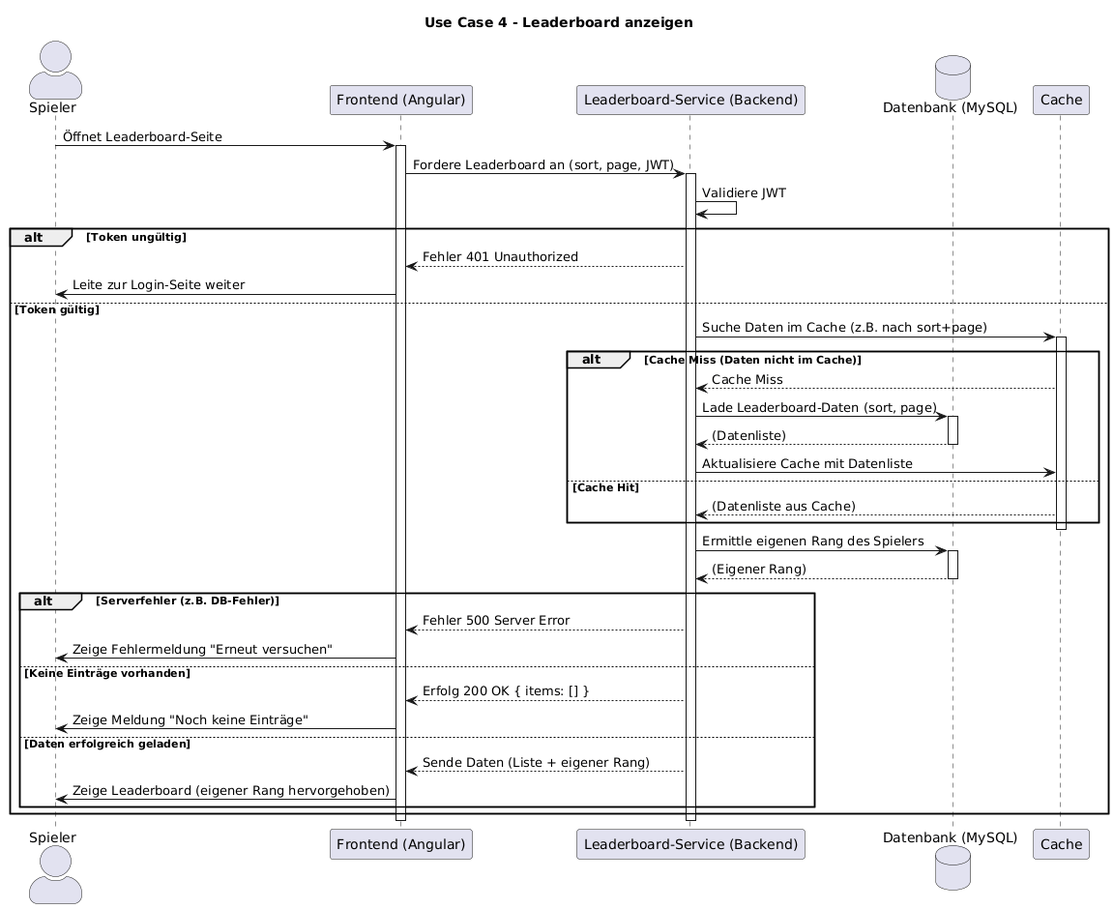
JustinKaram14/BetCeption keeps this PlantUML diagram as docs/assets/Sequenzdiagramme/Sequenzdiagramm Leaderboard.png. Above is the earlier version. Its diagram source:
```plantuml
@startuml
title Use Case 4 - Leaderboard anzeigen

skinparam sequenceActorStyle awesome

actor "Spieler" as user
participant "Frontend (Angular)" as frontend
participant "Leaderboard-Service (Backend)" as backend
database "Datenbank (MySQL)" as db
participant "Cache" as cache

user -> frontend: Öffnet Leaderboard-Seite
activate frontend

frontend -> backend: Fordere Leaderboard an (sort, page, JWT)
activate backend

backend -> backend: Validiere JWT

alt Token ungültig
backend --> frontend: Fehler 401 Unauthorized
frontend -> user: Leite zur Login-Seite weiter
else Token gültig
backend -> cache: Suche Daten im Cache (z.B. nach sort+page)
activate cache

alt Cache Miss (Daten nicht im Cache)
    cache --> backend: Cache Miss

    backend -> db: Lade Leaderboard-Daten (sort, page)
    activate db
    db --> backend: (Datenliste)
    deactivate db

    backend -> cache: Aktualisiere Cache mit Datenliste

else Cache Hit
    cache --> backend: (Datenliste aus Cache)
end
deactivate cache

backend -> db: Ermittle eigenen Rang des Spielers
activate db
db --> backend: (Eigener Rang)
deactivate db

alt Serverfehler (z.B. DB-Fehler)
    backend --> frontend: Fehler 500 Server Error
    frontend -> user: Zeige Fehlermeldung "Erneut versuchen"
else Keine Einträge vorhanden
    backend --> frontend: Erfolg 200 OK { items: [] }
    frontend -> user: Zeige Meldung "Noch keine Einträge"
else Daten erfolgreich geladen
    backend --> frontend: Sende Daten (Liste + eigener Rang)
    frontend -> user: Zeige Leaderboard (eigener Rang hervorgehoben)
end


end

deactivate backend
deactivate frontend
@enduml
```
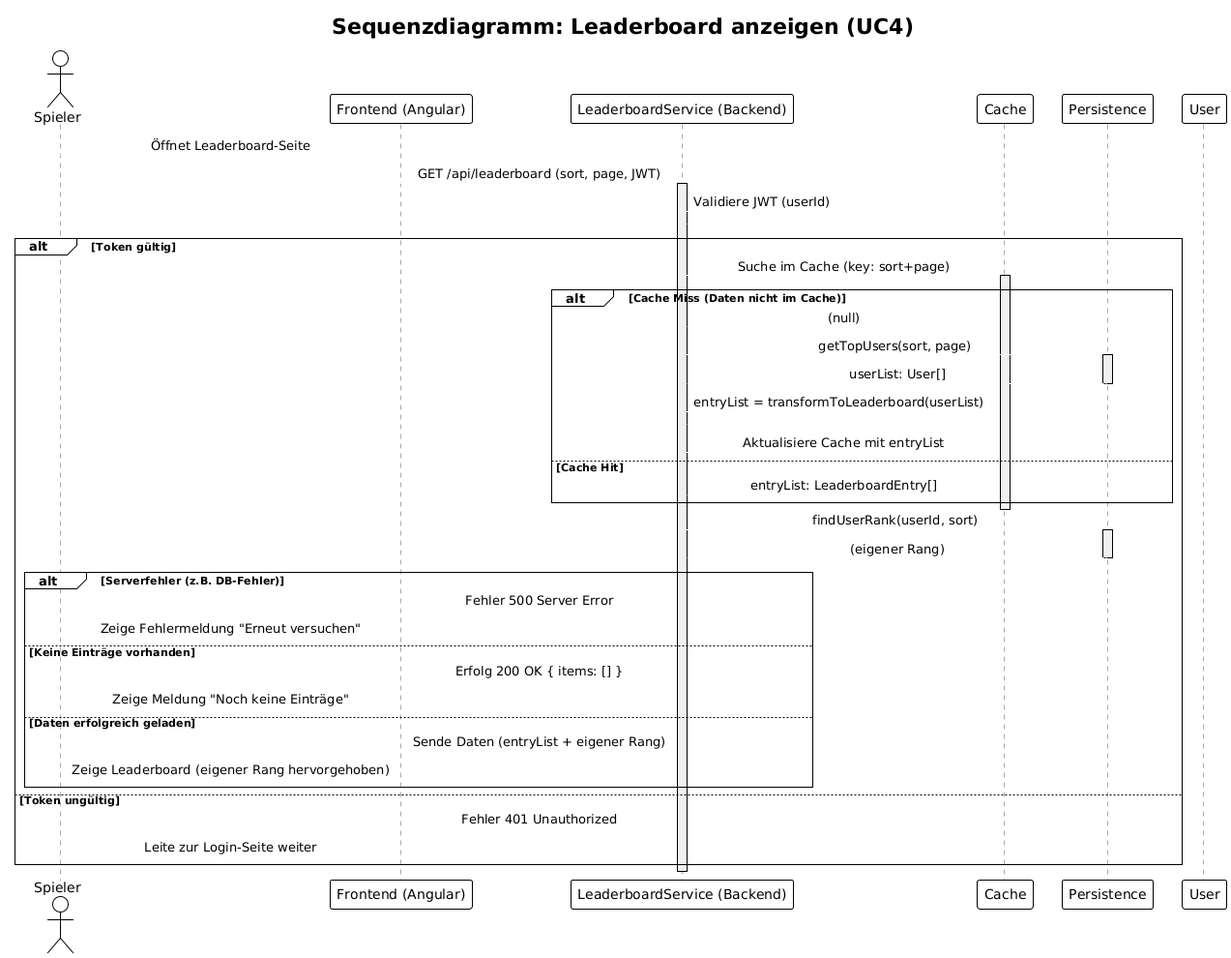
After the commit.

The edit, as a diff of the source:
```diff
@@ -1,63 +1,73 @@
 @startuml
-title Use Case 4 - Leaderboard anzeigen
+!theme plain
+title "Sequenzdiagramm: Leaderboard anzeigen (UC4)"
 
-skinparam sequenceActorStyle awesome
+actor Spieler
+participant "Frontend (Angular)" as Frontend
+participant "LeaderboardService (Backend)" as Service
+participant "Cache" as Cache
+participant "Persistence" as DB
+participant "User" as User
 
-actor "Spieler" as user
-participant "Frontend (Angular)" as frontend
-participant "Leaderboard-Service (Backend)" as backend
-database "Datenbank (MySQL)" as db
-participant "Cache" as cache
+skinparam sequence {
+    ParticipantBorderColor #333
+    ParticipantBackgroundColor #EEE
+    ActorBorderColor #333
 
-user -> frontend: Öffnet Leaderboard-Seite
-activate frontend
+    LifeLineBorderColor #AAA
+    LifeLineBackgroundColor #F0F0F0
 
-frontend -> backend: Fordere Leaderboard an (sort, page, JWT)
-activate backend
+    ArrowColor #_222
+    MessageAlign center
+}
 
-backend -> backend: Validiere JWT
+Spieler -> Frontend: Öffnet Leaderboard-Seite
+Frontend -> Service: GET /api/leaderboard (sort, page, JWT)
+activate Service
 
-alt Token ungültig
-backend --> frontend: Fehler 401 Unauthorized
-frontend -> user: Leite zur Login-Seite weiter
-else Token gültig
-backend -> cache: Suche Daten im Cache (z.B. nach sort+page)
-activate cache
+    Service -> Service: Validiere JWT (userId)
 
-alt Cache Miss (Daten nicht im Cache)
-    cache --> backend: Cache Miss
+    alt Token gültig
+        Service -> Cache: Suche im Cache (key: sort+page)
+        activate Cache
 
-    backend -> db: Lade Leaderboard-Daten (sort, page)
-    activate db
-    db --> backend: (Datenliste)
-    deactivate db
+        alt Cache Miss (Daten nicht im Cache)
+            Cache --> Service: (null)
 
-    backend -> cache: Aktualisiere Cache mit Datenliste
+            Service -> DB: getTopUsers(sort, page)
+            activate DB
+            DB --> Service: userList: User[]
+            deactivate DB
 
-else Cache Hit
-    cache --> backend: (Datenliste aus Cache)
-end
-deactivate cache
+            Service -> Service: entryList = transformToLeaderboard(userList)
 
-backend -> db: Ermittle eigenen Rang des Spielers
-activate db
-db --> backend: (Eigener Rang)
-deactivate db
+            Service -> Cache: Aktualisiere Cache mit entryList
 
-alt Serverfehler (z.B. DB-Fehler)
-    backend --> frontend: Fehler 500 Server Error
-    frontend -> user: Zeige Fehlermeldung "Erneut versuchen"
-else Keine Einträge vorhanden
-    backend --> frontend: Erfolg 200 OK { items: [] }
-    frontend -> user: Zeige Meldung "Noch keine Einträge"
-else Daten erfolgreich geladen
-    backend --> frontend: Sende Daten (Liste + eigener Rang)
-    frontend -> user: Zeige Leaderboard (eigener Rang hervorgehoben)
-end
+        else Cache Hit
+            Cache --> Service: entryList: LeaderboardEntry[]
+        end
+        deactivate Cache
 
+        Service -> DB: findUserRank(userId, sort)
+        activate DB
+        DB --> Service: (eigener Rang)
+        deactivate DB
 
-end
+        alt Serverfehler (z.B. DB-Fehler)
+             Service --> Frontend: Fehler 500 Server Error
+             Frontend -> Spieler: Zeige Fehlermeldung "Erneut versuchen"
+        else Keine Einträge vorhanden
+             Service --> Frontend: Erfolg 200 OK { items: [] }
+             Frontend -> Spieler: Zeige Meldung "Noch keine Einträge"
+        else Daten erfolgreich geladen
+            Service --> Frontend: Sende Daten (entryList + eigener Rang)
+            Frontend -> Spieler: Zeige Leaderboard (eigener Rang hervorgehoben)
+        end
 
-deactivate backend
-deactivate frontend
+    else Token ungültig
+        Service --> Frontend: Fehler 401 Unauthorized
+        Frontend -> Spieler: Leite zur Login-Seite weiter
+    end
+
+deactivate Service
 @enduml
```
